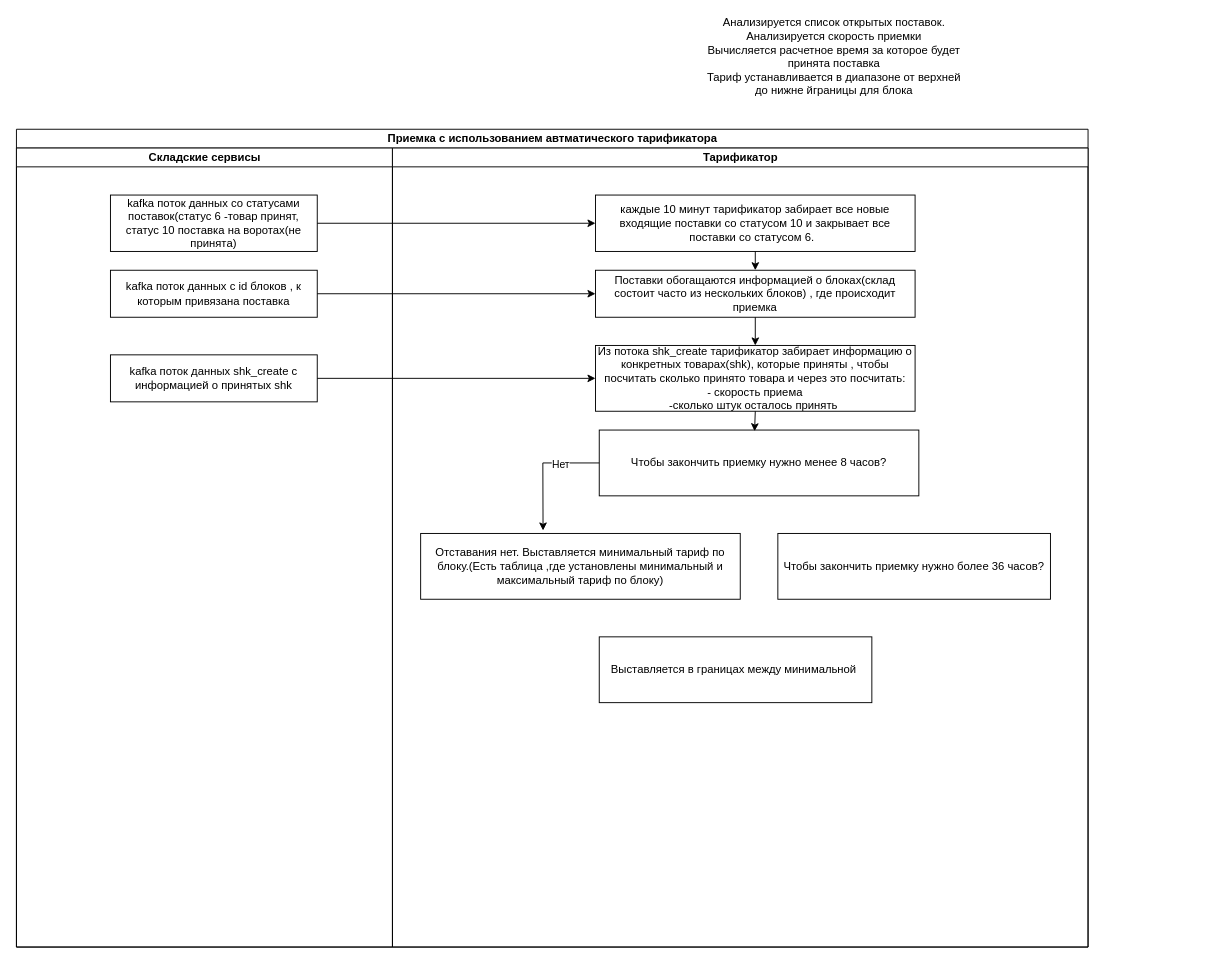
AntonKoltsov85/Schemes keeps this draw.io diagram as общая схема тарификатора.drawio. Above is the earlier version. Source tidied: cells renumbered, new cells numbered last; positions are measured from the earlier drawing's top-left corner, leaving out a move shared by most shapes. Both pictures are drawn from the tidied source at 94%, with x=0, y=0 at pixel (16, 16).
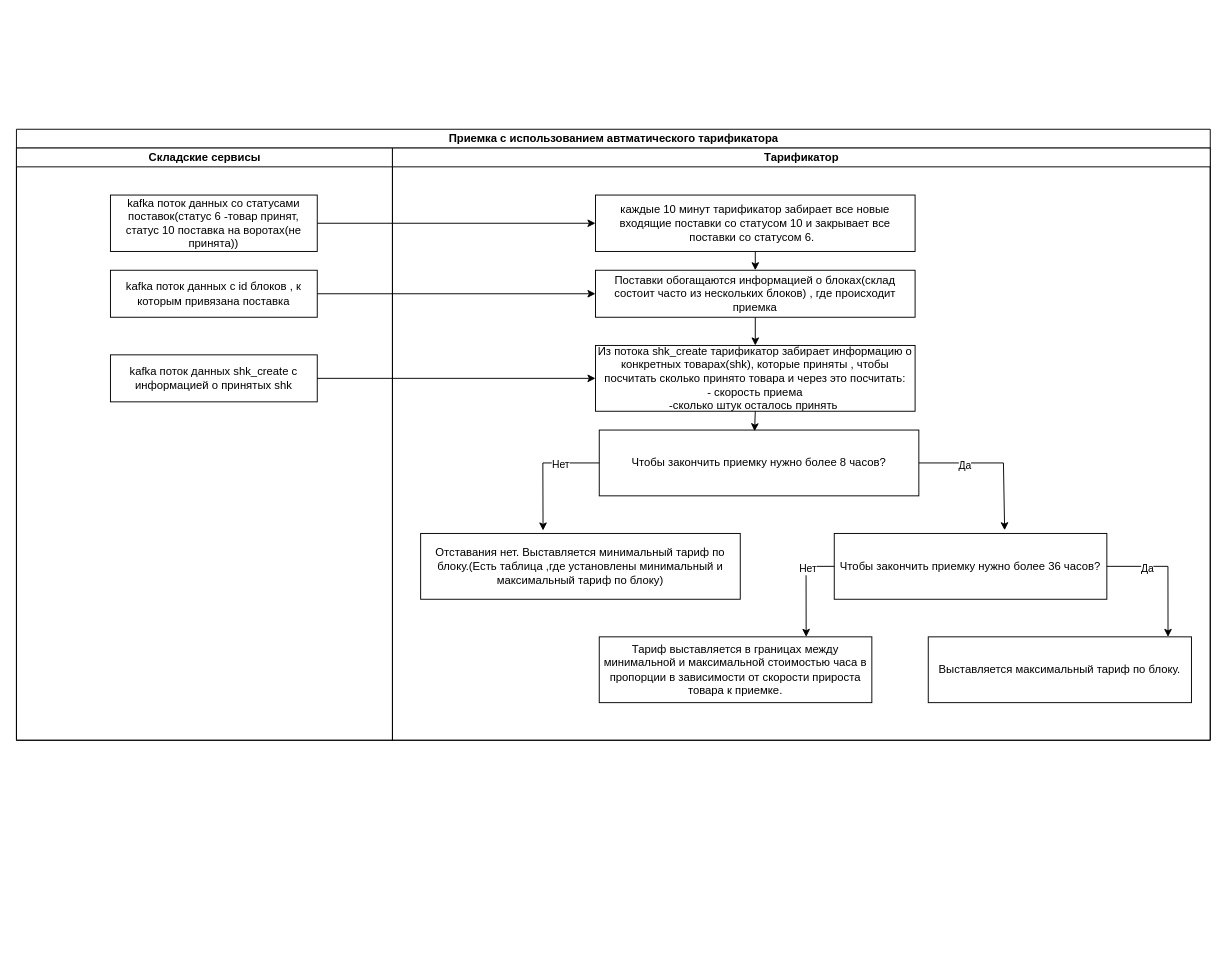
The same diagram, later.

Diff of the diagram source:
```diff
@@
-    <mxCell id="2" value="Анализируется список открытых поставок.&lt;div&gt;Анализируется скорость приемки&lt;/div&gt;&lt;div&gt;Вычисляется расчетное время за которое будет принята поставка&lt;/div&gt;&lt;div&gt;Тариф устанавливается в диапазоне от верхней до нижне йграницы для блока&lt;/div&gt;&lt;div&gt;&lt;br&gt;&lt;/div&gt;" style="text;html=1;align=center;verticalAlign=middle;whiteSpace=wrap;rounded=0;" parent="1" vertex="1">
-      <mxGeometry x="730" width="280" height="100" as="geometry" />
-    </mxCell>
     <mxCell id="3" value="Приемка с использованием автматического тарификатора" style="swimlane;startSize=20;html=1;" parent="1" vertex="1">
-      <mxGeometry y="120" width="1140" height="870" as="geometry" />
+      <mxGeometry y="120" width="1270" height="650" as="geometry" />
     </mxCell>
     <mxCell id="4" value="Складские сервисы" style="swimlane;startSize=20;html=1;" parent="3" vertex="1">
-      <mxGeometry y="20" width="400" height="850" as="geometry" />
+      <mxGeometry y="20" width="400" height="630" as="geometry" />
     </mxCell>
-    <mxCell id="5" value="kafka поток данных со статусами поставок(статус 6 -товар принят,&lt;div&gt;статус 10 поставка на воротах(не принята)&lt;/div&gt;" style="html=1;dashed=0;whiteSpace=wrap;" parent="4" vertex="1">
+    <mxCell id="5" value="kafka поток данных со статусами поставок(статус 6 -товар принят,&lt;div&gt;статус 10 поставка на воротах(не принята))&lt;/div&gt;" style="html=1;dashed=0;whiteSpace=wrap;" parent="4" vertex="1">
       <mxGeometry x="100" y="50" width="220" height="60" as="geometry" />
     </mxCell>
@@
     <mxCell id="11" value="Тарификатор" style="swimlane;startSize=20;html=1;" parent="3" vertex="1">
-      <mxGeometry x="400" y="20" width="740" height="850" as="geometry" />
+      <mxGeometry x="400" y="20" width="870" height="630" as="geometry" />
     </mxCell>
@@
-    <mxCell id="17" value="Чтобы закончить приемку нужно менее 8 часов?" style="html=1;dashed=0;whiteSpace=wrap;" parent="11" vertex="1">
+    <mxCell id="17" value="Чтобы закончить приемку нужно более 8 часов?" style="html=1;dashed=0;whiteSpace=wrap;" parent="11" vertex="1">
       <mxGeometry x="220" y="300" width="340" height="70" as="geometry" />
     </mxCell>
@@
     <mxCell id="22" value="Чтобы закончить приемку нужно более 36 часов?" style="html=1;dashed=0;whiteSpace=wrap;" parent="11" vertex="1">
-      <mxGeometry x="410" y="410" width="290" height="70" as="geometry" />
+      <mxGeometry x="470" y="410" width="290" height="70" as="geometry" />
     </mxCell>
-    <mxCell id="23" value="Выставляется в границах между минимальной&amp;nbsp;" style="html=1;dashed=0;whiteSpace=wrap;" parent="11" vertex="1">
+    <mxCell id="23" value="Тариф выставляется в границах между минимальной и максимальной стоимостью часа в пропорции в зависимости от скорости прироста товара к приемке." style="html=1;dashed=0;whiteSpace=wrap;" parent="11" vertex="1">
       <mxGeometry x="220" y="520" width="290" height="70" as="geometry" />
     </mxCell>
+    <mxCell id="24" value="Выставляется максимальный тариф по блоку." style="html=1;dashed=0;whiteSpace=wrap;" parent="11" vertex="1">
+      <mxGeometry x="570" y="520" width="280" height="70" as="geometry" />
+    </mxCell>
+    <mxCell id="25" style="endArrow=classic;html=1;rounded=0;exitX=1;exitY=0.5;exitDx=0;exitDy=0;entryX=0.625;entryY=-0.049;entryDx=0;entryDy=0;entryPerimeter=0;" parent="11" edge="1" source="17" target="22">
+      <mxGeometry relative="1" as="geometry">
+        <Array as="points">
+          <mxPoint x="650" y="335" />
+        </Array>
+      </mxGeometry>
+    </mxCell>
+    <mxCell id="26" value="Да" style="edgeLabel;html=1;align=center;verticalAlign=middle;" parent="25" vertex="1">
+      <mxGeometry x="-0.4" y="-2" relative="1" as="geometry" />
+    </mxCell>
+    <mxCell id="27" style="endArrow=classic;html=1;rounded=0;exitX=1;exitY=0.5;exitDx=0;exitDy=0;entryX=0.911;entryY=0.001;entryDx=0;entryDy=0;entryPerimeter=0;" parent="11" edge="1" source="22" target="24">
+      <mxGeometry relative="1" as="geometry">
+        <Array as="points">
+          <mxPoint x="825" y="445" />
+        </Array>
+      </mxGeometry>
+    </mxCell>
+    <mxCell id="28" value="Да" style="edgeLabel;html=1;align=center;verticalAlign=middle;" parent="27" vertex="1">
+      <mxGeometry x="-0.4" y="-2" relative="1" as="geometry" />
+    </mxCell>
+    <mxCell id="29" style="endArrow=classic;html=1;rounded=0;exitX=0;exitY=0.5;exitDx=0;exitDy=0;entryX=0.759;entryY=0;entryDx=0;entryDy=0;entryPerimeter=0;" parent="11" edge="1" source="22" target="23">
+      <mxGeometry relative="1" as="geometry">
+        <Array as="points">
+          <mxPoint x="440" y="445" />
+        </Array>
+      </mxGeometry>
+    </mxCell>
+    <mxCell id="30" value="Нет" style="edgeLabel;html=1;align=center;verticalAlign=middle;" parent="29" vertex="1">
+      <mxGeometry x="-0.37" y="1" relative="1" as="geometry" />
+    </mxCell>
```
